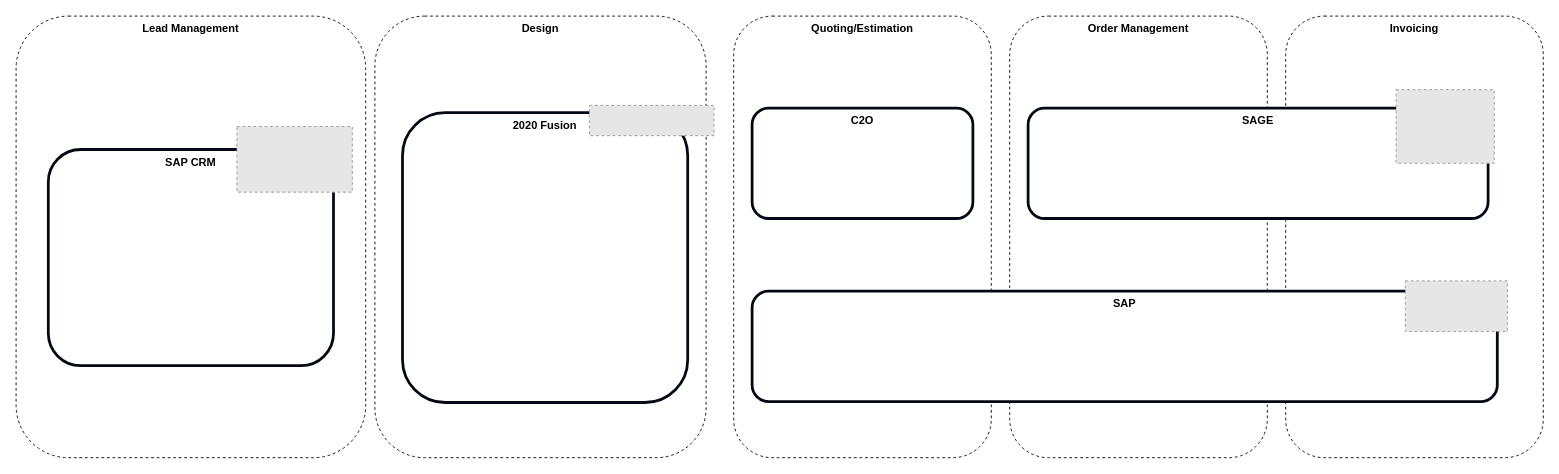
Before: page "Lead to Quote SAP" (4 of 6) of Mendel.drawio in mrf742002/Diagrams, a draw.io diagram. Source tidied: cells renumbered, new cells numbered last; positions are measured from the earlier drawing's top-left corner, leaving out a move shared by most shapes. Both pictures are drawn from the tidied source at 92%, with x=0, y=0 at pixel (16, 16). Pictures stored in the file or linked from it are replaced by grey dashed boxes.
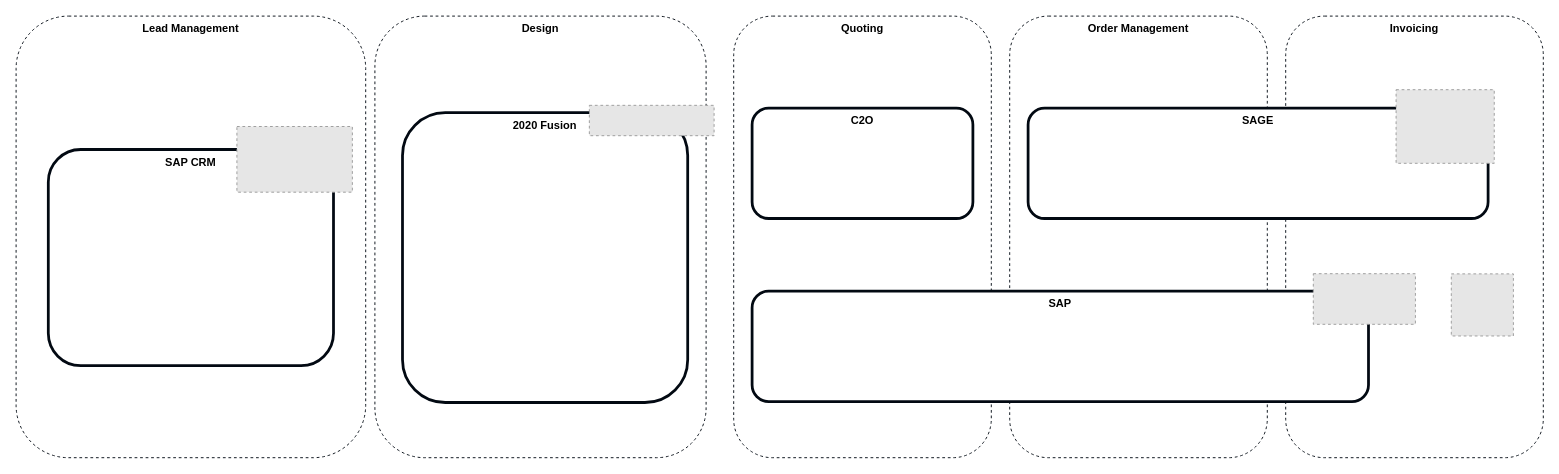
After the change.

The edit, as a diff of the source:
```diff
@@
 <mxGraphModel>
   <root>
     <mxCell id="0" />
     <mxCell id="1" parent="0" />
     <mxCell id="2" value="&lt;b&gt;Invoicing&lt;/b&gt;" style="rounded=1;whiteSpace=wrap;html=1;verticalAlign=top;strokeWidth=1;strokeColor=#020912;dashed=1;" parent="1" vertex="1">
       <mxGeometry x="1380" width="280" height="480" as="geometry" />
     </mxCell>
     <mxCell id="3" value="&lt;b&gt;Order Management&lt;/b&gt;" style="rounded=1;whiteSpace=wrap;html=1;verticalAlign=top;strokeWidth=1;strokeColor=#020912;dashed=1;" parent="1" vertex="1">
       <mxGeometry x="1080" width="280" height="480" as="geometry" />
     </mxCell>
-    <mxCell id="4" value="&lt;b&gt;Quoting/Estimation&lt;/b&gt;" style="rounded=1;whiteSpace=wrap;html=1;verticalAlign=top;strokeWidth=1;strokeColor=#020912;dashed=1;" parent="1" vertex="1">
+    <mxCell id="4" value="&lt;b&gt;Quoting&lt;/b&gt;" style="rounded=1;whiteSpace=wrap;html=1;verticalAlign=top;strokeWidth=1;strokeColor=#020912;dashed=1;" parent="1" vertex="1">
       <mxGeometry x="780" width="280" height="480" as="geometry" />
     </mxCell>
     <mxCell id="5" value="&lt;b&gt;Design&lt;/b&gt;" style="rounded=1;whiteSpace=wrap;html=1;verticalAlign=top;strokeWidth=1;strokeColor=#020912;dashed=1;" parent="1" vertex="1">
       <mxGeometry x="390" width="360" height="480" as="geometry" />
     </mxCell>
     <mxCell id="6" value="&lt;b&gt;Lead Management&lt;/b&gt;" style="rounded=1;whiteSpace=wrap;html=1;verticalAlign=top;strokeWidth=1;strokeColor=#020912;dashed=1;" parent="1" vertex="1">
       <mxGeometry width="380" height="480" as="geometry" />
     </mxCell>
     <mxCell id="7" value="&lt;b&gt;2020 Fusion&lt;/b&gt;" style="rounded=1;whiteSpace=wrap;html=1;verticalAlign=top;strokeWidth=3;strokeColor=#020912;" parent="1" vertex="1">
       <mxGeometry x="420" y="105" width="310" height="315" as="geometry" />
     </mxCell>
     <mxCell id="8" value="&lt;b&gt;C2O&lt;/b&gt;" style="rounded=1;whiteSpace=wrap;html=1;verticalAlign=top;strokeWidth=3;strokeColor=#020912;" parent="1" vertex="1">
       <mxGeometry x="800" y="100" width="240" height="120" as="geometry" />
     </mxCell>
     <mxCell id="9" value="&lt;b&gt;SAP&lt;/b&gt;" style="rounded=1;whiteSpace=wrap;html=1;verticalAlign=top;strokeWidth=3;strokeColor=#020912;" parent="1" vertex="1">
-      <mxGeometry x="800" y="299" width="810" height="120" as="geometry" />
+      <mxGeometry x="800" y="299" width="670" height="120" as="geometry" />
     </mxCell>
     <mxCell id="10" value="&lt;b&gt;SAGE&lt;/b&gt;" style="rounded=1;whiteSpace=wrap;html=1;verticalAlign=top;strokeWidth=3;strokeColor=#020912;" parent="1" vertex="1">
       <mxGeometry x="1100" y="100" width="500" height="120" as="geometry" />
     </mxCell>
     <mxCell id="11" style="fillColor=#E6E6E6;strokeColor=#999999;dashed=1;verticalLabelPosition=bottom;labelBackgroundColor=#ffffff;verticalAlign=top;" parent="1" vertex="1">
       <mxGeometry x="623.1" y="97" width="135.6" height="33" as="geometry" />
     </mxCell>
     <mxCell id="12" style="fillColor=#E6E6E6;strokeColor=#999999;dashed=1;verticalLabelPosition=bottom;labelBackgroundColor=#ffffff;verticalAlign=top;" parent="1" vertex="1">
-      <mxGeometry x="1510" y="287.8" width="111" height="55" as="geometry" />
+      <mxGeometry x="1410" y="280" width="111" height="55" as="geometry" />
     </mxCell>
     <mxCell id="13" style="fillColor=#E6E6E6;strokeColor=#999999;dashed=1;verticalLabelPosition=bottom;labelBackgroundColor=#ffffff;verticalAlign=top;" parent="1" vertex="1">
       <mxGeometry x="1500" y="80" width="106.7" height="80" as="geometry" />
     </mxCell>
     <mxCell id="14" value="&lt;b&gt;SAP CRM&lt;/b&gt;" style="rounded=1;whiteSpace=wrap;html=1;verticalAlign=top;strokeWidth=3;strokeColor=#020912;" parent="1" vertex="1">
       <mxGeometry x="35" y="145" width="310" height="235" as="geometry" />
     </mxCell>
     <mxCell id="15" style="fillColor=#E6E6E6;strokeColor=#999999;dashed=1;verticalLabelPosition=bottom;labelBackgroundColor=#ffffff;verticalAlign=top;" parent="1" vertex="1">
       <mxGeometry x="240" y="120" width="125.5" height="71.4" as="geometry" />
     </mxCell>
+    <mxCell id="16" style="fillColor=#E6E6E6;strokeColor=#999999;dashed=1;html=1;verticalAlign=top;verticalLabelPosition=bottom;labelBackgroundColor=#ffffff;" parent="1" vertex="1">
+      <mxGeometry x="1560" y="280.2" width="67.5" height="67.5" as="geometry" />
+    </mxCell>
   </root>
 </mxGraphModel>
```
